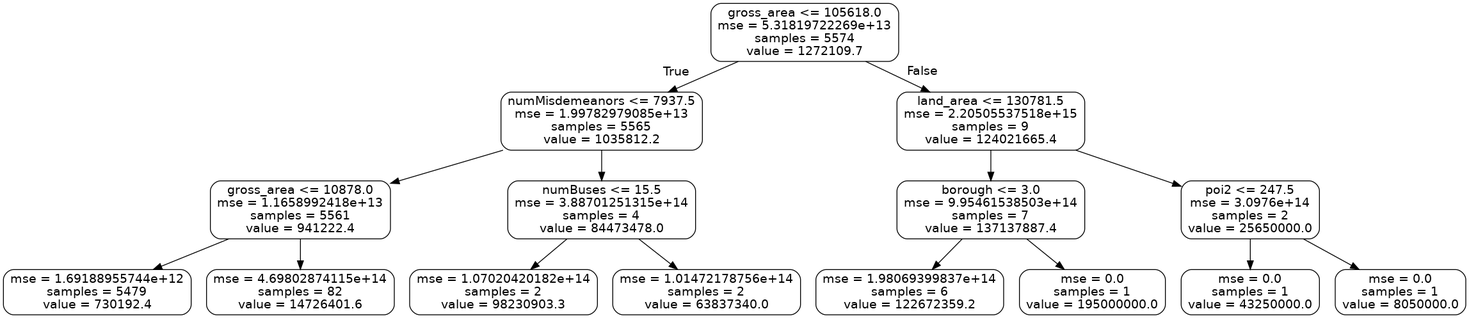
fegan104/cs586-team2 keeps this Graphviz diagram as Project2/small_tree.png. Above is the earlier version. Its source is kept beside it as Project2/small_tree.dot.
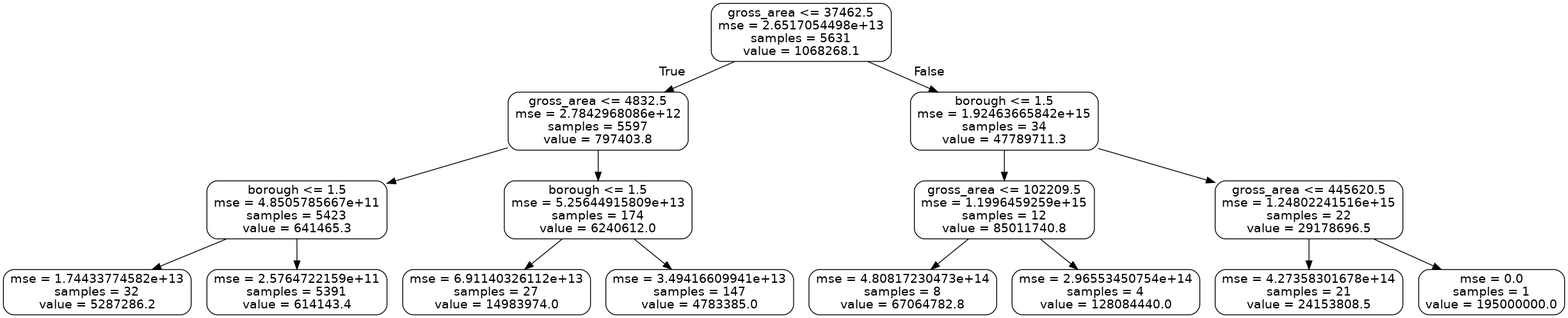
The same file after the commit.

What changed in the source:
```diff
@@ -1,33 +1,33 @@
 digraph Tree {
 node [shape=box, style="rounded", color="black", fontname=helvetica] ;
 edge [fontname=helvetica] ;
-0 [label="gross_area <= 105618.0\nmse = 5.31819722269e+13\nsamples = 5574\nvalue = 1272109.7"] ;
-1 [label="numMisdemeanors <= 7937.5\nmse = 1.99782979085e+13\nsamples = 5565\nvalue = 1035812.2"] ;
+0 [label="gross_area <= 37462.5\nmse = 2.6517054498e+13\nsamples = 5631\nvalue = 1068268.1"] ;
+1 [label="gross_area <= 4832.5\nmse = 2.7842968086e+12\nsamples = 5597\nvalue = 797403.8"] ;
 0 -> 1 [labeldistance=2.5, labelangle=45, headlabel="True"] ;
-2 [label="gross_area <= 10878.0\nmse = 1.1658992418e+13\nsamples = 5561\nvalue = 941222.4"] ;
+2 [label="borough <= 1.5\nmse = 4.8505785667e+11\nsamples = 5423\nvalue = 641465.3"] ;
 1 -> 2 ;
-3 [label="mse = 1.69188955744e+12\nsamples = 5479\nvalue = 730192.4"] ;
+3 [label="mse = 1.74433774582e+13\nsamples = 32\nvalue = 5287286.2"] ;
 2 -> 3 ;
-4 [label="mse = 4.69802874115e+14\nsamples = 82\nvalue = 14726401.6"] ;
+4 [label="mse = 2.5764722159e+11\nsamples = 5391\nvalue = 614143.4"] ;
 2 -> 4 ;
-5 [label="numBuses <= 15.5\nmse = 3.88701251315e+14\nsamples = 4\nvalue = 84473478.0"] ;
+5 [label="borough <= 1.5\nmse = 5.25644915809e+13\nsamples = 174\nvalue = 6240612.0"] ;
 1 -> 5 ;
-6 [label="mse = 1.07020420182e+14\nsamples = 2\nvalue = 98230903.3"] ;
+6 [label="mse = 6.91140326112e+13\nsamples = 27\nvalue = 14983974.0"] ;
 5 -> 6 ;
-7 [label="mse = 1.01472178756e+14\nsamples = 2\nvalue = 63837340.0"] ;
+7 [label="mse = 3.49416609941e+13\nsamples = 147\nvalue = 4783385.0"] ;
 5 -> 7 ;
-8 [label="land_area <= 130781.5\nmse = 2.20505537518e+15\nsamples = 9\nvalue = 124021665.4"] ;
+8 [label="borough <= 1.5\nmse = 1.92463665842e+15\nsamples = 34\nvalue = 47789711.3"] ;
 0 -> 8 [labeldistance=2.5, labelangle=-45, headlabel="False"] ;
-9 [label="borough <= 3.0\nmse = 9.95461538503e+14\nsamples = 7\nvalue = 137137887.4"] ;
+9 [label="gross_area <= 102209.5\nmse = 1.1996459259e+15\nsamples = 12\nvalue = 85011740.8"] ;
 8 -> 9 ;
-10 [label="mse = 1.98069399837e+14\nsamples = 6\nvalue = 122672359.2"] ;
+10 [label="mse = 4.80817230473e+14\nsamples = 8\nvalue = 67064782.8"] ;
 9 -> 10 ;
-11 [label="mse = 0.0\nsamples = 1\nvalue = 195000000.0"] ;
+11 [label="mse = 2.96553450754e+14\nsamples = 4\nvalue = 128084440.0"] ;
 9 -> 11 ;
-12 [label="poi2 <= 247.5\nmse = 3.0976e+14\nsamples = 2\nvalue = 25650000.0"] ;
+12 [label="gross_area <= 445620.5\nmse = 1.24802241516e+15\nsamples = 22\nvalue = 29178696.5"] ;
 8 -> 12 ;
-13 [label="mse = 0.0\nsamples = 1\nvalue = 43250000.0"] ;
+13 [label="mse = 4.27358301678e+14\nsamples = 21\nvalue = 24153808.5"] ;
 12 -> 13 ;
-14 [label="mse = 0.0\nsamples = 1\nvalue = 8050000.0"] ;
+14 [label="mse = 0.0\nsamples = 1\nvalue = 195000000.0"] ;
 12 -> 14 ;
 }
```
